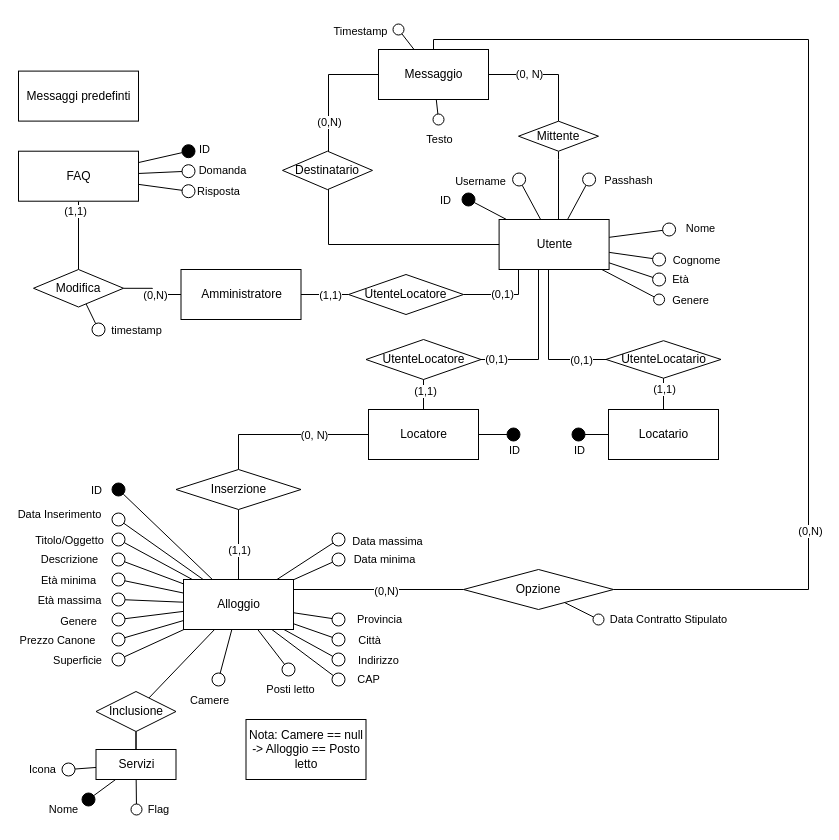
The draw.io diagram page "IDEA 10" (2 of 6) of diagrams/database.drawio in begbaj/tecweb, before the edit. Source tidied: cells renumbered, new cells numbered last; positions are measured from the earlier drawing's top-left corner, leaving out a move shared by most shapes. Both pictures are drawn from the tidied source at 100%, with x=0, y=0 at pixel (18, 29).
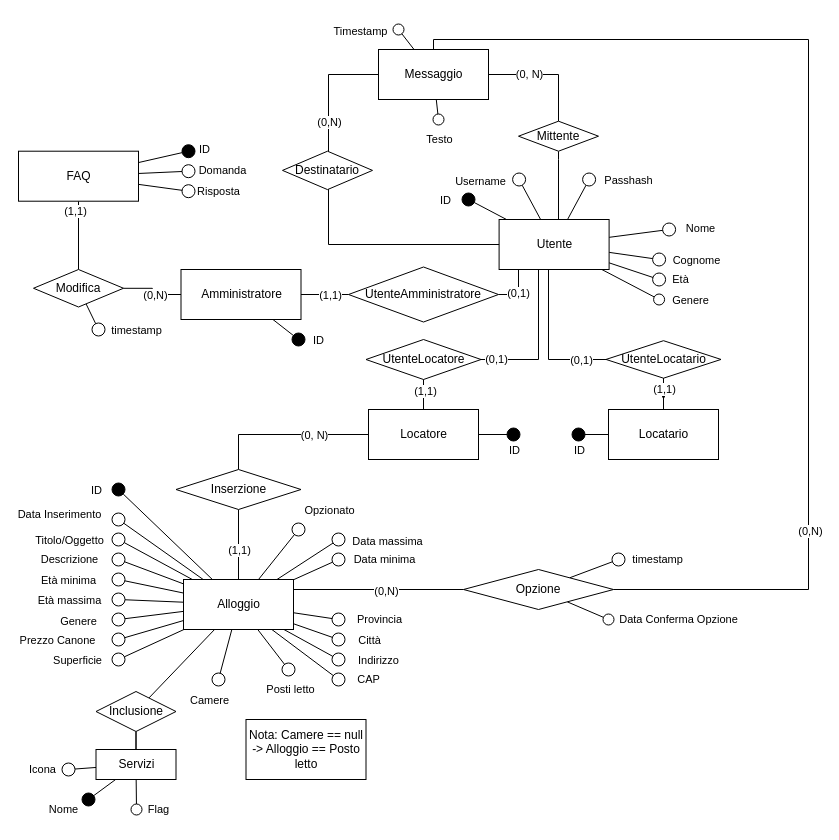
The same page after the edit.

Unchanged cells that the change refers to:
```xml
<mxCell id="35" value="Amministratore" style="html=1;" parent="1" vertex="1">
  <mxGeometry x="162.5" y="240" width="120" height="50" as="geometry" />
</mxCell>
<mxCell id="67" value="Alloggio" style="html=1;" parent="1" vertex="1">
  <mxGeometry x="165" y="550" width="110" height="50" as="geometry" />
</mxCell>
<mxCell id="82" value="Opzione" style="rhombus;whiteSpace=wrap;html=1;" parent="1" vertex="1">
  <mxGeometry x="445" y="540" width="150" height="40" as="geometry" />
</mxCell>
<mxCell id="98" value="UtenteLocatario" style="rhombus;whiteSpace=wrap;html=1;" parent="1" vertex="1">
  <mxGeometry x="587.5" y="311.2" width="115" height="37.5" as="geometry" />
</mxCell>
```

The edit, as a diff of the source:
```diff
@@
+    <mxCell id="126" style="rounded=0;jettySize=auto;html=1;endArrow=oval;endFill=1;endSize=13;" parent="1" edge="1" source="35">
+      <mxGeometry relative="1" as="geometry">
+        <mxPoint x="280" y="310" as="targetPoint" />
+      </mxGeometry>
+    </mxCell>
+    <mxCell id="127" value="ID" style="edgeLabel;html=1;align=center;verticalAlign=middle;" parent="126" vertex="1">
+      <mxGeometry x="1" y="6" relative="1" as="geometry">
+        <mxPoint x="16" y="6" as="offset" />
+      </mxGeometry>
+    </mxCell>
@@
+    <mxCell id="128" style="edgeStyle=none;rounded=0;jettySize=auto;html=1;endArrow=oval;endFill=0;endSize=13;" parent="1" edge="1" source="67">
+      <mxGeometry relative="1" as="geometry">
+        <mxPoint x="280" y="500" as="targetPoint" />
+      </mxGeometry>
+    </mxCell>
+    <mxCell id="129" value="Opzionato" style="edgeLabel;html=1;align=center;verticalAlign=middle;" parent="128" vertex="1">
+      <mxGeometry x="0.97" y="-6" relative="1" as="geometry">
+        <mxPoint x="26" y="-24" as="offset" />
+      </mxGeometry>
+    </mxCell>
@@
     <mxCell id="80" style="edgeStyle=none;rounded=0;jettySize=auto;html=1;endArrow=oval;endFill=0;endSize=11;" parent="1" edge="1" source="82">
       <mxGeometry relative="1" as="geometry">
-        <mxPoint x="580" y="590" as="targetPoint" />
+        <mxPoint x="590" y="590" as="targetPoint" />
       </mxGeometry>
     </mxCell>
-    <mxCell id="81" value="Data Contratto Stipulato" style="edgeLabel;html=1;align=center;verticalAlign=middle;" parent="80" vertex="1">
+    <mxCell id="81" value="Data Conferma Opzione" style="edgeLabel;html=1;align=center;verticalAlign=middle;" parent="80" vertex="1">
       <mxGeometry x="1" y="6" relative="1" as="geometry">
         <mxPoint x="67" y="5" as="offset" />
       </mxGeometry>
     </mxCell>
+    <mxCell id="130" style="edgeStyle=none;rounded=0;jettySize=auto;html=1;endArrow=oval;endFill=0;endSize=13;" parent="1" edge="1" source="82">
+      <mxGeometry relative="1" as="geometry">
+        <mxPoint x="600" y="530" as="targetPoint" />
+      </mxGeometry>
+    </mxCell>
+    <mxCell id="131" value="timestamp" style="edgeLabel;html=1;align=center;verticalAlign=middle;" parent="130" vertex="1">
+      <mxGeometry x="1" y="-7" relative="1" as="geometry">
+        <mxPoint x="36" y="-7" as="offset" />
+      </mxGeometry>
+    </mxCell>
@@
+    <mxCell id="132" style="edgeStyle=orthogonalEdgeStyle;rounded=0;jettySize=auto;html=1;" parent="1" edge="1" source="98">
+      <mxGeometry relative="1" as="geometry">
+        <mxPoint x="645" y="370" as="targetPoint" />
+      </mxGeometry>
+    </mxCell>
@@
-    <mxCell id="110" value="UtenteLocatore" style="rhombus;whiteSpace=wrap;html=1;" parent="1" vertex="1">
-      <mxGeometry x="330" y="245" width="115" height="40" as="geometry" />
+    <mxCell id="110" value="UtenteAmministratore" style="rhombus;whiteSpace=wrap;html=1;" parent="1" vertex="1">
+      <mxGeometry x="330" y="237.5" width="150" height="55" as="geometry" />
     </mxCell>
@@
-    <mxCell id="125" value="Messaggi predefinti" style="html=1;" parent="1" vertex="1">
-      <mxGeometry y="41.6" width="120" height="50" as="geometry" />
-    </mxCell>
```
